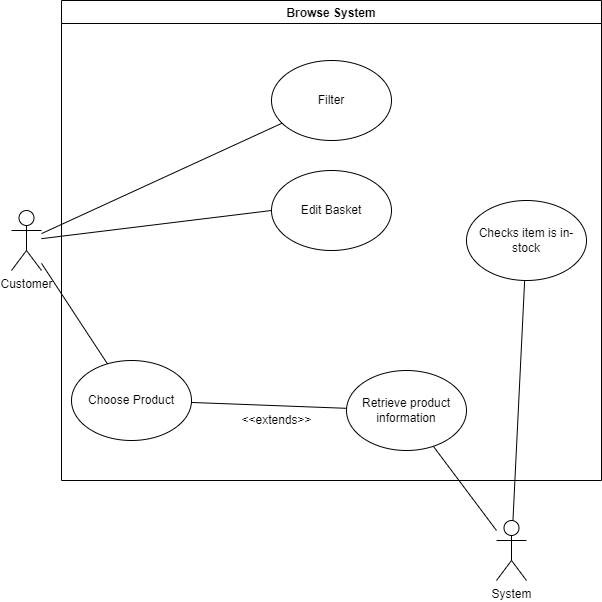
Above: Usecase/Exports/Browse.drawio.png in OlaAni/SEAT (draw.io), before the change. Source tidied: cells renumbered, new cells last; positions are measured from the earlier drawing's top-left corner, leaving out a move shared by most shapes.
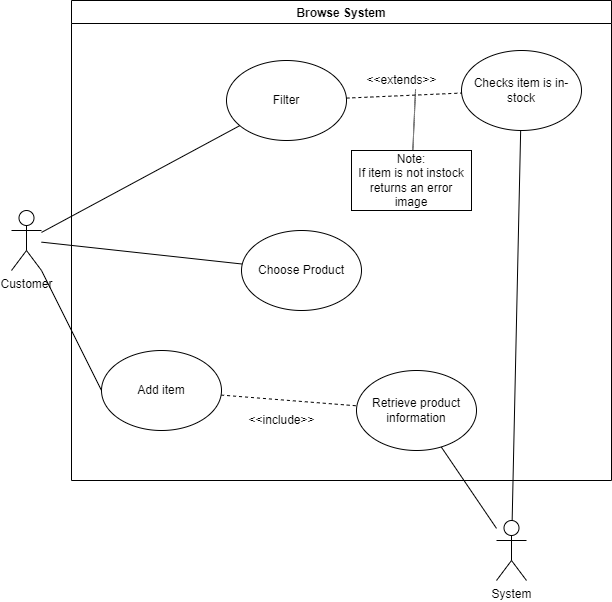
After the commit.

Change to the diagram source:
```diff
@@ -20,32 +20,44 @@
     <mxCell id="7" value="System" style="shape=umlActor;verticalLabelPosition=bottom;verticalAlign=top;html=1;outlineConnect=0;" parent="1" vertex="1">
       <mxGeometry x="485" y="520" width="30" height="60" as="geometry" />
     </mxCell>
-    <mxCell id="8" value="Filter" style="ellipse;whiteSpace=wrap;html=1;" parent="1" vertex="1">
-      <mxGeometry x="260" y="60" width="120" height="80" as="geometry" />
-    </mxCell>
-    <mxCell id="9" value="Edit Basket" style="ellipse;whiteSpace=wrap;html=1;" parent="1" vertex="1">
-      <mxGeometry x="260" y="170" width="120" height="80" as="geometry" />
-    </mxCell>
     <mxCell id="10" style="edgeStyle=none;rounded=0;jettySize=auto;html=1;endArrow=none;endFill=0;" parent="1" edge="1" source="16" target="7">
       <mxGeometry relative="1" as="geometry" />
     </mxCell>
     <mxCell id="11" value="Browse System" style="swimlane;" parent="1" vertex="1">
-      <mxGeometry x="50" width="540" height="480" as="geometry" />
+      <mxGeometry x="60" width="540" height="480" as="geometry" />
     </mxCell>
     <mxCell id="12" value="Retrieve product information" style="ellipse;whiteSpace=wrap;html=1;" parent="11" vertex="1">
       <mxGeometry x="285" y="370" width="120" height="80" as="geometry" />
     </mxCell>
     <mxCell id="13" value="Choose&amp;nbsp;Product" style="ellipse;whiteSpace=wrap;html=1;" parent="11" vertex="1">
-      <mxGeometry x="10" y="360" width="120" height="80" as="geometry" />
+      <mxGeometry x="170" y="230" width="120" height="80" as="geometry" />
     </mxCell>
-    <mxCell id="14" style="edgeStyle=none;rounded=0;jettySize=auto;html=1;endArrow=none;endFill=0;" parent="11" edge="1" source="13" target="12">
-      <mxGeometry relative="1" as="geometry" />
-    </mxCell>
     <mxCell id="15" value="&amp;lt;&amp;lt;extends&amp;gt;&amp;gt;" style="text;html=1;align=center;verticalAlign=middle;points=[];strokeColor=none;fillColor=none;" parent="11" vertex="1">
-      <mxGeometry x="170" y="410" width="90" height="20" as="geometry" />
+      <mxGeometry x="285" y="70" width="90" height="20" as="geometry" />
     </mxCell>
     <mxCell id="16" value="Checks item is in-stock" style="ellipse;whiteSpace=wrap;html=1;" parent="11" vertex="1">
-      <mxGeometry x="405" y="200" width="120" height="80" as="geometry" />
+      <mxGeometry x="390" y="50" width="120" height="80" as="geometry" />
     </mxCell>
+    <mxCell id="8" value="Filter" style="ellipse;whiteSpace=wrap;html=1;" parent="11" vertex="1">
+      <mxGeometry x="155" y="60" width="120" height="80" as="geometry" />
+    </mxCell>
+    <mxCell id="17" style="rounded=0;jettySize=auto;html=1;endArrow=none;endFill=0;dashed=1;" parent="11" edge="1" source="8" target="16">
+      <mxGeometry relative="1" as="geometry" />
+    </mxCell>
+    <mxCell id="18" value="&amp;lt;&amp;lt;include&amp;gt;&amp;gt;" style="text;html=1;align=center;verticalAlign=middle;strokeColor=none;fillColor=none;" parent="11" vertex="1">
+      <mxGeometry x="170" y="410" width="80" height="20" as="geometry" />
+    </mxCell>
+    <mxCell id="19" style="edgeStyle=none;rounded=0;jettySize=auto;html=1;dashed=1;endArrow=none;endFill=0;" parent="11" edge="1" source="9" target="12">
+      <mxGeometry relative="1" as="geometry" />
+    </mxCell>
+    <mxCell id="9" value="Add item" style="ellipse;whiteSpace=wrap;html=1;" parent="11" vertex="1">
+      <mxGeometry x="30" y="350" width="120" height="80" as="geometry" />
+    </mxCell>
+    <mxCell id="20" style="rounded=0;jettySize=auto;html=1;entryX=0.656;entryY=0.95;entryDx=0;entryDy=0;entryPerimeter=0;dashed=1;dashPattern=1 1;endArrow=none;endFill=0;" parent="11" edge="1" source="21" target="15">
+      <mxGeometry relative="1" as="geometry" />
+    </mxCell>
+    <mxCell id="21" value="Note:&lt;br&gt;If item is not instock returns an error image" style="rounded=0;whiteSpace=wrap;html=1;" parent="11" vertex="1">
+      <mxGeometry x="280" y="150" width="120" height="60" as="geometry" />
+    </mxCell>
   </root>
 </mxGraphModel>
```
